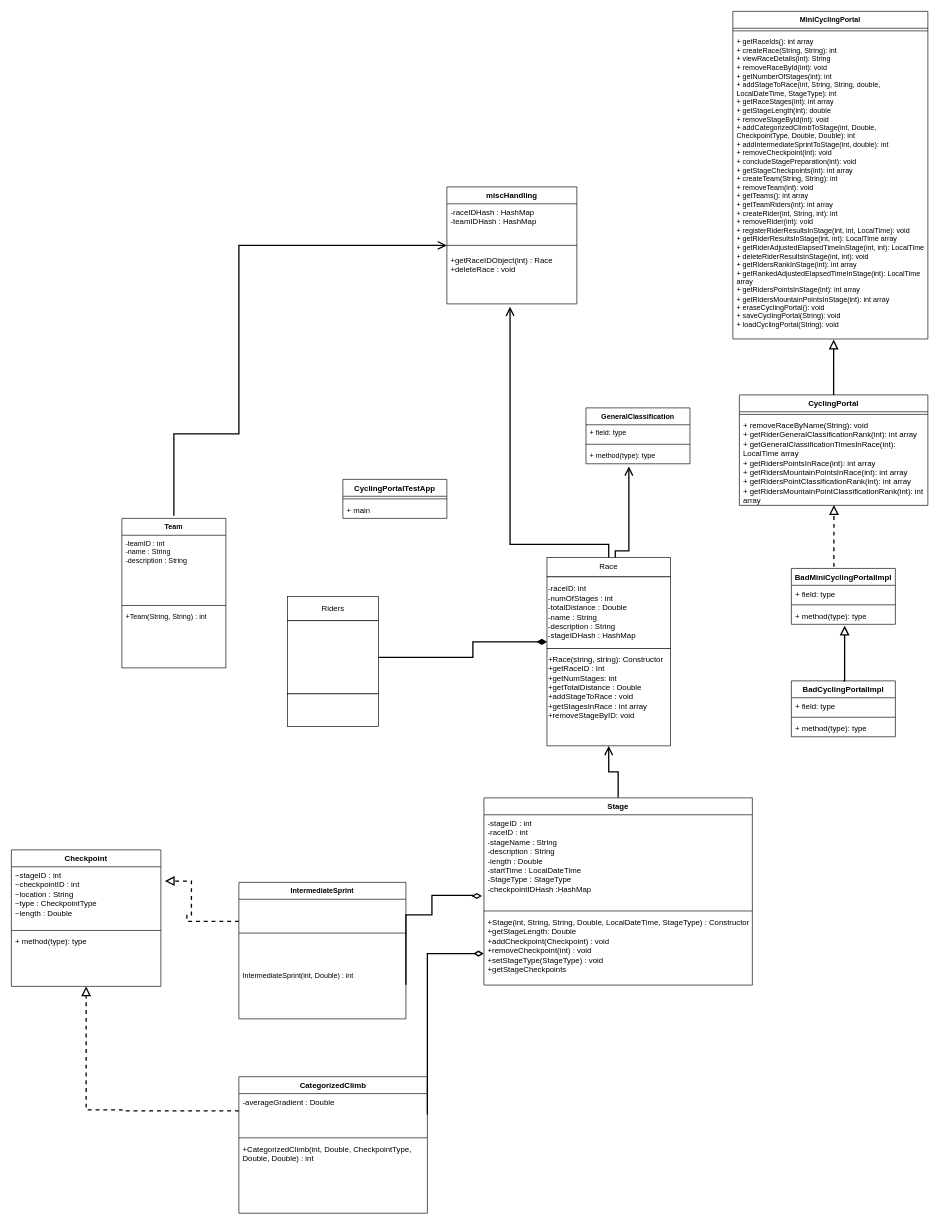
Above: OOPCyclingUML.drawio in Negativity7477/Bike-Racing (draw.io), before the change. Source tidied: cells renumbered, new cells numbered last; positions are measured from the earlier drawing's top-left corner, leaving out a move shared by most shapes. Both pictures are drawn from the tidied source at 65%, with x=0, y=0 at pixel (11, 11).
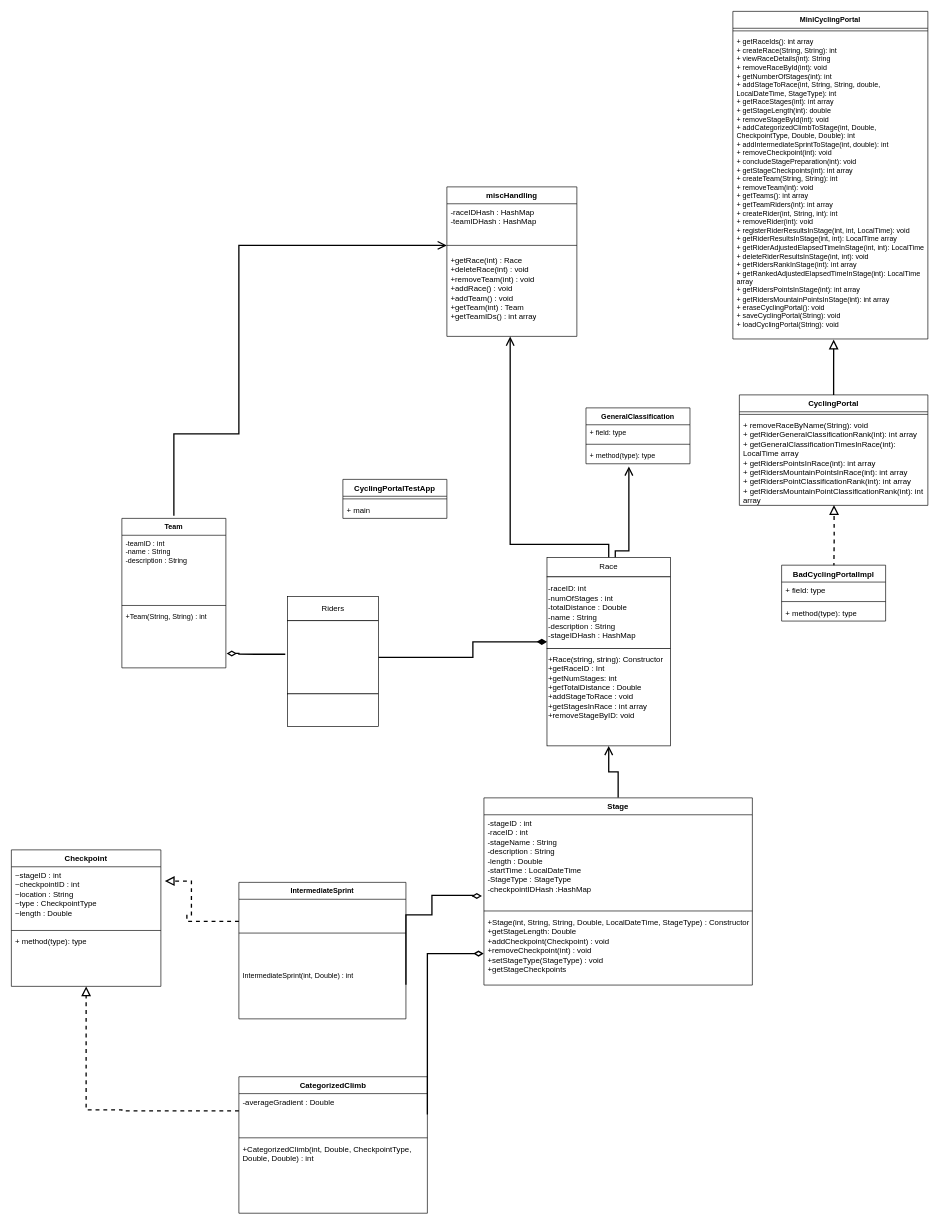
The same diagram, later.

Unchanged cells that the change refers to:
```xml
<mxCell id="7" style="rounded=0;whiteSpace=wrap;html=1;align=left;" parent="5" vertex="1">
  <mxGeometry y="37.5" width="140" height="112.5" as="geometry" />
</mxCell>
<mxCell id="10" value="Race" style="rounded=0;whiteSpace=wrap;html=1;" parent="9" vertex="1">
  <mxGeometry width="190" height="30" as="geometry" />
</mxCell>
<mxCell id="16" value="+ removeRaceByName(String): void&lt;br&gt;+ getRiderGeneralClassificationRank(int): int array&lt;br&gt;+ getGeneralClassificationTimesInRace(int): LocalTime array&lt;br&gt;+ getRidersPointsInRace(int): int array&lt;br&gt;+ getRidersMountainPointsInRace(int): int array&lt;br&gt;+ getRidersPointClassificationRank(int): int array&lt;br&gt;+ getRidersMountainPointClassificationRank(int): int array" style="text;strokeColor=none;fillColor=none;align=left;verticalAlign=top;spacingLeft=4;spacingRight=4;overflow=hidden;points=[[0,0.5],[1,0.5]];portConstraint=eastwest;whiteSpace=wrap;html=1;" parent="14" vertex="1">
  <mxGeometry y="34" width="290" height="136" as="geometry" />
</mxCell>
<mxCell id="44" value="+Team(String, String) : int" style="text;strokeColor=none;fillColor=none;align=left;verticalAlign=top;spacingLeft=4;spacingRight=4;overflow=hidden;points=[[0,0.5],[1,0.5]];portConstraint=eastwest;whiteSpace=wrap;html=1;fontFamily=Helvetica;fontSize=11;fontColor=default;labelBackgroundColor=default;" parent="41" vertex="1">
  <mxGeometry y="138" width="160" height="92" as="geometry" />
</mxCell>
```

Diff of the diagram source:
```diff
@@
-    <mxCell id="17" style="edgeStyle=orthogonalEdgeStyle;rounded=0;jettySize=auto;html=1;strokeColor=default;strokeWidth=2;align=center;verticalAlign=middle;fontFamily=Helvetica;fontSize=11;fontColor=default;labelBackgroundColor=default;startSize=10;endArrow=block;endFill=0;endSize=10;dashed=1;entryX=0.502;entryY=0.996;entryDx=0;entryDy=0;entryPerimeter=0;exitX=0.409;exitY=-0.029;exitDx=0;exitDy=0;exitPerimeter=0;" parent="1" edge="1" source="50" target="16">
-      <mxGeometry relative="1" as="geometry" />
+    <mxCell id="17" style="edgeStyle=orthogonalEdgeStyle;rounded=0;jettySize=auto;html=1;strokeColor=default;strokeWidth=2;align=center;verticalAlign=middle;fontFamily=Helvetica;fontSize=11;fontColor=default;labelBackgroundColor=default;startSize=10;endArrow=block;endFill=0;endSize=10;dashed=1;entryX=0.502;entryY=0.996;entryDx=0;entryDy=0;entryPerimeter=0;exitX=0.409;exitY=-0.029;exitDx=0;exitDy=0;exitPerimeter=0;" parent="1" edge="1" target="16">
+      <mxGeometry relative="1" as="geometry">
+        <mxPoint x="1265.4" y="854.5" as="sourcePoint" />
+      </mxGeometry>
     </mxCell>
     <mxCell id="18" value="BadCyclingPortalImpl" style="swimlane;fontStyle=1;align=center;verticalAlign=top;horizontal=1;startSize=26;whiteSpace=wrap;html=1;" parent="1" vertex="1">
-      <mxGeometry x="1200" y="1030" width="160" height="86" as="geometry" />
+      <mxGeometry x="1185" y="852" width="160" height="86" as="geometry" />
     </mxCell>
@@
-    <mxCell id="50" value="BadMiniCyclingPortalImpl" style="swimlane;fontStyle=1;align=center;verticalAlign=top;horizontal=1;startSize=26;whiteSpace=wrap;html=1;" parent="1" vertex="1">
-      <mxGeometry x="1200" y="857" width="160" height="86" as="geometry" />
-    </mxCell>
-    <mxCell id="51" value="+ field: type" style="text;strokeColor=none;fillColor=none;align=left;verticalAlign=top;spacingLeft=4;spacingRight=4;overflow=hidden;whiteSpace=wrap;html=1;" parent="50" vertex="1">
-      <mxGeometry y="26" width="160" height="26" as="geometry" />
-    </mxCell>
-    <mxCell id="52" style="line;strokeWidth=1;fillColor=none;align=left;verticalAlign=middle;spacingTop=-1;spacingLeft=3;spacingRight=3;labelPosition=right;strokeColor=inherit;" parent="50" vertex="1">
-      <mxGeometry y="52" width="160" height="8" as="geometry" />
-    </mxCell>
-    <mxCell id="53" value="+ method(type): type" style="text;strokeColor=none;fillColor=none;align=left;verticalAlign=top;spacingLeft=4;spacingRight=4;overflow=hidden;points=[[0,0.5],[1,0.5]];portConstraint=eastwest;whiteSpace=wrap;html=1;" parent="50" vertex="1">
-      <mxGeometry y="60" width="160" height="26" as="geometry" />
-    </mxCell>
-    <mxCell id="54" style="edgeStyle=orthogonalEdgeStyle;rounded=0;jettySize=auto;html=1;exitX=0.5;exitY=0;exitDx=0;exitDy=0;entryX=0.512;entryY=1.081;entryDx=0;entryDy=0;entryPerimeter=0;strokeColor=default;strokeWidth=2;align=center;verticalAlign=middle;fontFamily=Helvetica;fontSize=11;fontColor=default;labelBackgroundColor=default;startSize=10;endArrow=block;endFill=0;endSize=10;" parent="1" edge="1" source="18" target="53">
-      <mxGeometry relative="1" as="geometry">
-        <Array as="points">
-          <mxPoint x="1282" y="1030" />
-        </Array>
-      </mxGeometry>
-    </mxCell>
     <mxCell id="55" value="miscHandling" style="swimlane;fontStyle=1;align=center;verticalAlign=top;horizontal=1;startSize=26;whiteSpace=wrap;html=1;" parent="1" vertex="1">
-      <mxGeometry x="670" y="270" width="200" height="180" as="geometry" />
+      <mxGeometry x="670" y="270" width="200" height="230" as="geometry" />
     </mxCell>
@@
-    <mxCell id="58" value="&lt;div&gt;+getRaceIDObject(int) : Race&lt;/div&gt;&lt;div&gt;+deleteRace : void&lt;br&gt;&lt;/div&gt;" style="text;strokeColor=none;fillColor=none;align=left;verticalAlign=top;spacingLeft=4;spacingRight=4;overflow=hidden;points=[[0,0.5],[1,0.5]];portConstraint=eastwest;whiteSpace=wrap;html=1;" parent="55" vertex="1">
-      <mxGeometry y="100" width="200" height="80" as="geometry" />
+    <mxCell id="58" value="&lt;div&gt;+getRace(int) : Race&lt;/div&gt;&lt;div&gt;+deleteRace(int) : void&lt;br&gt;&lt;/div&gt;+removeTeam(int) : void&lt;br&gt;+addRace() : void&lt;br&gt;+addTeam() : void&lt;div&gt;+getTeam(int) : Team&lt;br&gt;&lt;/div&gt;+getTeamIDs() : int array&lt;div&gt;&lt;br/&gt;&lt;/div&gt;" style="text;strokeColor=none;fillColor=none;align=left;verticalAlign=top;spacingLeft=4;spacingRight=4;overflow=hidden;points=[[0,0.5],[1,0.5]];portConstraint=eastwest;whiteSpace=wrap;html=1;" parent="55" vertex="1">
+      <mxGeometry y="100" width="200" height="130" as="geometry" />
     </mxCell>
-    <mxCell id="59" style="endArrow=open;html=1;rounded=0;entryX=0.486;entryY=1.054;entryDx=0;entryDy=0;endFill=0;strokeWidth=2;endSize=10;startSize=10;edgeStyle=orthogonalEdgeStyle;entryPerimeter=0;exitX=0.5;exitY=0;exitDx=0;exitDy=0;" parent="1" edge="1" source="10" target="58">
+    <mxCell id="59" style="endArrow=open;html=1;rounded=0;entryX=0.487;entryY=1.001;entryDx=0;entryDy=0;endFill=0;strokeWidth=2;endSize=10;startSize=10;edgeStyle=orthogonalEdgeStyle;entryPerimeter=0;exitX=0.5;exitY=0;exitDx=0;exitDy=0;" parent="1" edge="1" source="10" target="58">
       <mxGeometry relative="1" as="geometry">
         <Array as="points">
           <mxPoint x="919" y="820" />
           <mxPoint x="767" y="820" />
         </Array>
       </mxGeometry>
     </mxCell>
@@
-    <mxCell id="65" style="endArrow=open;html=1;rounded=0;entryX=0;entryY=0.5;entryDx=0;entryDy=0;endFill=0;strokeWidth=2;endSize=10;startSize=10;edgeStyle=orthogonalEdgeStyle;" parent="1" edge="1" target="55">
+    <mxCell id="65" style="endArrow=open;html=1;rounded=0;endFill=0;strokeWidth=2;endSize=10;startSize=10;edgeStyle=orthogonalEdgeStyle;" parent="1" edge="1">
       <mxGeometry relative="1" as="geometry">
         <mxPoint x="250" y="776" as="sourcePoint" />
+        <mxPoint x="670" y="360" as="targetPoint" />
         <Array as="points">
           <mxPoint x="250" y="650" />
           <mxPoint x="350" y="650" />
           <mxPoint x="350" y="360" />
         </Array>
       </mxGeometry>
     </mxCell>
+    <mxCell id="66" style="edgeStyle=orthogonalEdgeStyle;rounded=0;jettySize=auto;html=1;exitX=-0.026;exitY=0.458;exitDx=0;exitDy=0;strokeColor=default;strokeWidth=2;align=center;verticalAlign=middle;fontFamily=Helvetica;fontSize=11;fontColor=default;labelBackgroundColor=default;startSize=10;endArrow=diamondThin;endFill=0;endSize=10;exitPerimeter=0;entryX=1.007;entryY=0.759;entryDx=0;entryDy=0;entryPerimeter=0;" parent="1" edge="1" source="7" target="44">
+      <mxGeometry relative="1" as="geometry">
+        <Array as="points">
+          <mxPoint x="350" y="989" />
+          <mxPoint x="350" y="988" />
+        </Array>
+      </mxGeometry>
+    </mxCell>
```
